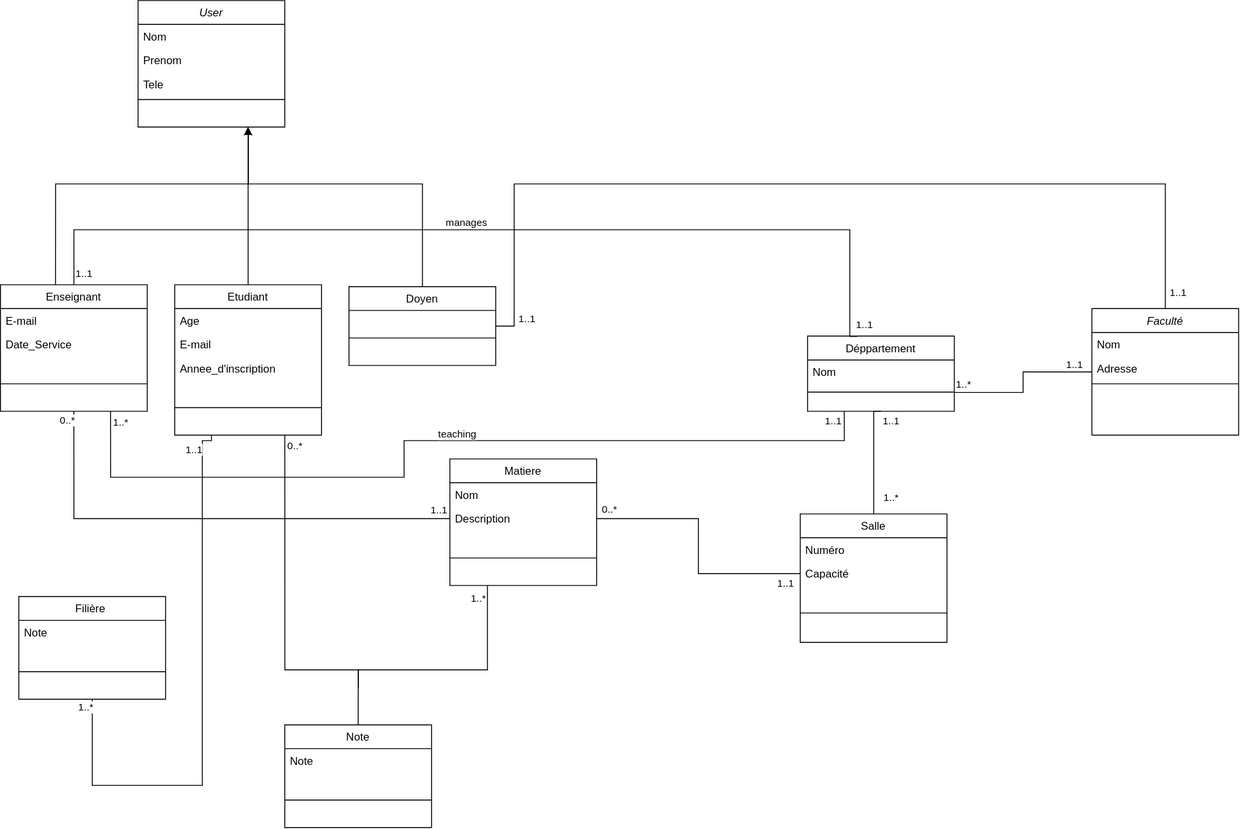
This is diagrams/DiagramClass.drawio.svg from 6-ON/wizard-academy, a draw.io export, as it was before one commit. Source tidied: cells renumbered, new cells last; positions are measured from the earlier drawing's top-left corner, leaving out a move shared by most shapes.
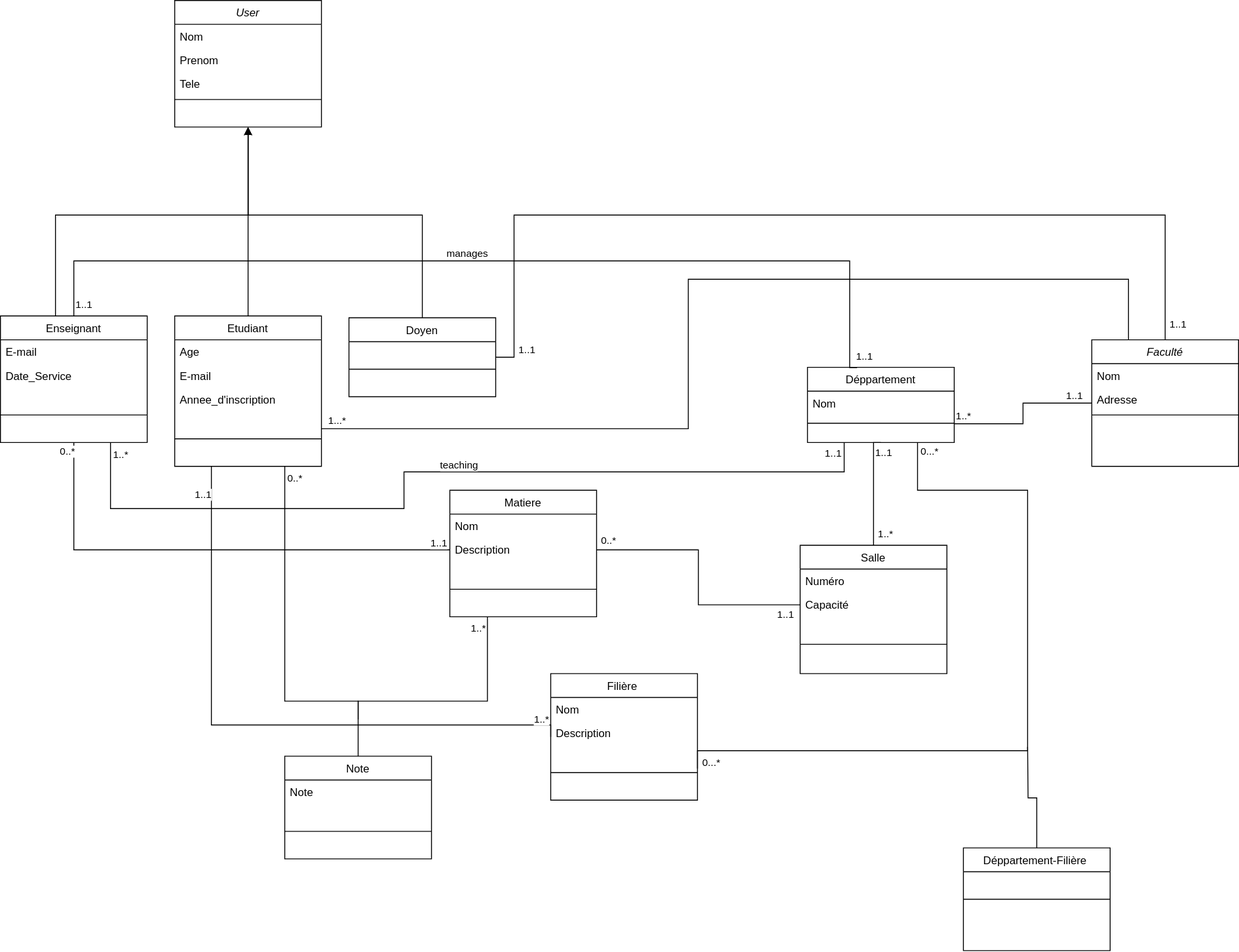
Later version of the same file.

The edit, as a diff of the source:
```diff
@@ -49,6 +49,25 @@
     <mxCell id="12" style="line;html=1;strokeWidth=1;align=left;verticalAlign=middle;spacingTop=-1;spacingLeft=3;spacingRight=3;labelPosition=right;" parent="9" vertex="1">
       <mxGeometry y="78" width="160" height="8" as="geometry" />
     </mxCell>
+    <mxCell id="73" style="edgeStyle=orthogonalEdgeStyle;rounded=0;jettySize=auto;html=1;exitX=0.75;exitY=1;exitDx=0;exitDy=0;entryX=1;entryY=0.75;entryDx=0;entryDy=0;endArrow=none;endFill=0;" parent="1" edge="1" source="13" target="60">
+      <mxGeometry relative="1" as="geometry">
+        <Array as="points">
+          <mxPoint x="1000" y="500" />
+          <mxPoint x="1120" y="500" />
+          <mxPoint x="1120" y="784" />
+        </Array>
+      </mxGeometry>
+    </mxCell>
+    <mxCell id="74" value="0...*" style="edgeLabel;html=1;align=center;verticalAlign=middle;" parent="73" vertex="1">
+      <mxGeometry x="0.94" y="-1" relative="1" as="geometry">
+        <mxPoint x="8" y="13" as="offset" />
+      </mxGeometry>
+    </mxCell>
+    <mxCell id="75" value="0...*" style="edgeLabel;html=1;align=center;verticalAlign=middle;" parent="73" vertex="1">
+      <mxGeometry x="-0.95" y="3" relative="1" as="geometry">
+        <mxPoint x="9" y="-11" as="offset" />
+      </mxGeometry>
+    </mxCell>
     <mxCell id="13" value="Déppartement" style="swimlane;fontStyle=0;align=center;verticalAlign=top;horizontal=1;startSize=26;rounded=0;shadow=0;strokeWidth=1;" parent="1" vertex="1">
       <mxGeometry x="880" y="366" width="160" height="82" as="geometry" />
     </mxCell>
@@ -82,9 +101,23 @@
     <mxCell id="23" style="line;html=1;strokeWidth=1;align=left;verticalAlign=middle;spacingTop=-1;spacingLeft=3;spacingRight=3;labelPosition=right;" parent="20" vertex="1">
       <mxGeometry y="78" width="160" height="60" as="geometry" />
     </mxCell>
-    <mxCell id="24" style="edgeStyle=orthogonalEdgeStyle;rounded=0;jettySize=auto;html=1;exitX=0.5;exitY=0;exitDx=0;exitDy=0;entryX=0.75;entryY=1;entryDx=0;entryDy=0;" parent="1" edge="1" source="25" target="42">
+    <mxCell id="24" style="edgeStyle=orthogonalEdgeStyle;rounded=0;jettySize=auto;html=1;exitX=0.5;exitY=0;exitDx=0;exitDy=0;entryX=0.5;entryY=1;entryDx=0;entryDy=0;" parent="1" edge="1" source="25" target="42">
       <mxGeometry relative="1" as="geometry" />
     </mxCell>
+    <mxCell id="76" style="edgeStyle=orthogonalEdgeStyle;rounded=0;jettySize=auto;html=1;exitX=1;exitY=0.75;exitDx=0;exitDy=0;entryX=0.25;entryY=0;entryDx=0;entryDy=0;endArrow=none;endFill=0;" parent="1" edge="1" source="25" target="9">
+      <mxGeometry relative="1" as="geometry">
+        <Array as="points">
+          <mxPoint x="750" y="433" />
+          <mxPoint x="750" y="270" />
+          <mxPoint x="1230" y="270" />
+        </Array>
+      </mxGeometry>
+    </mxCell>
+    <mxCell id="77" value="1...*" style="edgeLabel;html=1;align=center;verticalAlign=middle;" parent="76" vertex="1">
+      <mxGeometry x="-0.96" y="4" relative="1" as="geometry">
+        <mxPoint x="-4" y="-6" as="offset" />
+      </mxGeometry>
+    </mxCell>
     <mxCell id="25" value="Etudiant" style="swimlane;fontStyle=0;align=center;verticalAlign=top;horizontal=1;startSize=26;rounded=0;shadow=0;strokeWidth=1;" parent="1" vertex="1">
       <mxGeometry x="190" y="310" width="160" height="164" as="geometry" />
     </mxCell>
@@ -109,12 +142,12 @@
     </mxCell>
     <mxCell id="31" value="1..*" style="edgeLabel;html=1;align=center;verticalAlign=middle;" parent="30" vertex="1">
       <mxGeometry x="-0.56" y="-1" relative="1" as="geometry">
-        <mxPoint x="17" y="8" as="offset" />
+        <mxPoint x="11" y="14" as="offset" />
       </mxGeometry>
     </mxCell>
     <mxCell id="32" value="1..1" style="edgeLabel;html=1;align=center;verticalAlign=middle;" parent="30" vertex="1">
       <mxGeometry x="0.71" relative="1" as="geometry">
-        <mxPoint x="18" as="offset" />
+        <mxPoint x="10" y="1" as="offset" />
       </mxGeometry>
     </mxCell>
     <mxCell id="33" value="Salle" style="swimlane;fontStyle=0;align=center;verticalAlign=top;horizontal=1;startSize=26;rounded=0;shadow=0;strokeWidth=1;" parent="1" vertex="1">
@@ -153,7 +186,7 @@
       <mxGeometry y="52" width="160" height="60" as="geometry" />
     </mxCell>
     <mxCell id="42" value="User" style="swimlane;fontStyle=2;align=center;verticalAlign=top;horizontal=1;startSize=26;rounded=0;shadow=0;strokeWidth=1;" parent="1" vertex="1">
-      <mxGeometry x="150" width="160" height="138" as="geometry" />
+      <mxGeometry x="190" y="-34" width="160" height="138" as="geometry" />
     </mxCell>
     <mxCell id="43" value="Nom" style="text;align=left;verticalAlign=top;spacingLeft=4;spacingRight=4;overflow=hidden;" parent="42" vertex="1">
       <mxGeometry y="26" width="160" height="26" as="geometry" />
@@ -167,7 +200,7 @@
     <mxCell id="46" style="line;html=1;strokeWidth=1;align=left;verticalAlign=middle;spacingTop=-1;spacingLeft=3;spacingRight=3;labelPosition=right;" parent="42" vertex="1">
       <mxGeometry y="104" width="160" height="8" as="geometry" />
     </mxCell>
-    <mxCell id="47" style="edgeStyle=orthogonalEdgeStyle;rounded=0;jettySize=auto;html=1;entryX=0.75;entryY=1;entryDx=0;entryDy=0;" parent="1" edge="1" source="48" target="42">
+    <mxCell id="47" style="edgeStyle=orthogonalEdgeStyle;rounded=0;jettySize=auto;html=1;entryX=0.5;entryY=1;entryDx=0;entryDy=0;" parent="1" edge="1" source="48" target="42">
       <mxGeometry relative="1" as="geometry">
         <Array as="points">
           <mxPoint x="460" y="200" />
@@ -181,7 +214,7 @@
     <mxCell id="49" style="line;html=1;strokeWidth=1;align=left;verticalAlign=middle;spacingTop=-1;spacingLeft=3;spacingRight=3;labelPosition=right;" parent="48" vertex="1">
       <mxGeometry y="26" width="160" height="60" as="geometry" />
     </mxCell>
-    <mxCell id="50" style="endArrow=block;endFill=1;html=1;edgeStyle=orthogonalEdgeStyle;align=left;verticalAlign=top;rounded=0;exitX=0.375;exitY=0;exitDx=0;exitDy=0;exitPerimeter=0;entryX=0.75;entryY=1;entryDx=0;entryDy=0;" parent="1" edge="1" source="16" target="42">
+    <mxCell id="50" style="endArrow=block;endFill=1;html=1;edgeStyle=orthogonalEdgeStyle;align=left;verticalAlign=top;rounded=0;exitX=0.375;exitY=0;exitDx=0;exitDy=0;exitPerimeter=0;entryX=0.5;entryY=1;entryDx=0;entryDy=0;" parent="1" edge="1" source="16" target="42">
       <mxGeometry x="-1" relative="1" as="geometry">
         <Array as="points">
           <mxPoint x="60" y="200" />
@@ -215,13 +248,10 @@
         <mxPoint x="-8" as="offset" />
       </mxGeometry>
     </mxCell>
-    <mxCell id="57" style="edgeStyle=orthogonalEdgeStyle;rounded=0;jettySize=auto;html=1;endArrow=none;endFill=0;entryX=0.25;entryY=1;entryDx=0;entryDy=0;" parent="1" edge="1" source="60" target="25">
+    <mxCell id="57" style="edgeStyle=orthogonalEdgeStyle;rounded=0;jettySize=auto;html=1;endArrow=none;endFill=0;entryX=0.25;entryY=1;entryDx=0;entryDy=0;exitX=0;exitY=0.5;exitDx=0;exitDy=0;" parent="1" edge="1" source="60" target="25">
       <mxGeometry relative="1" as="geometry">
         <Array as="points">
-          <mxPoint x="100" y="856" />
-          <mxPoint x="220" y="856" />
-          <mxPoint x="220" y="480" />
-          <mxPoint x="230" y="480" />
+          <mxPoint x="230" y="756" />
         </Array>
       </mxGeometry>
     </mxCell>
@@ -236,13 +266,16 @@
       </mxGeometry>
     </mxCell>
     <mxCell id="60" value="Filière " style="swimlane;fontStyle=0;align=center;verticalAlign=top;horizontal=1;startSize=26;rounded=0;shadow=0;strokeWidth=1;" parent="1" vertex="1">
-      <mxGeometry x="20" y="650" width="160" height="112" as="geometry" />
+      <mxGeometry x="600" y="700" width="160" height="138" as="geometry" />
     </mxCell>
-    <mxCell id="61" value="Note" style="text;align=left;verticalAlign=top;spacingLeft=4;spacingRight=4;overflow=hidden;" parent="60" vertex="1">
-      <mxGeometry y="26" width="160" height="26" as="geometry" />
-    </mxCell>
+    <mxCell id="78" value="Nom" style="text;align=left;verticalAlign=top;spacingLeft=4;spacingRight=4;overflow=hidden;" parent="60" vertex="1">
+      <mxGeometry y="26" width="160" height="26" as="geometry" />
+    </mxCell>
+    <mxCell id="79" value="Description" style="text;align=left;verticalAlign=top;spacingLeft=4;spacingRight=4;overflow=hidden;" parent="60" vertex="1">
+      <mxGeometry y="52" width="160" height="26" as="geometry" />
+    </mxCell>
     <mxCell id="62" style="line;html=1;strokeWidth=1;align=left;verticalAlign=middle;spacingTop=-1;spacingLeft=3;spacingRight=3;labelPosition=right;" parent="60" vertex="1">
-      <mxGeometry y="52" width="160" height="60" as="geometry" />
+      <mxGeometry y="78" width="160" height="60" as="geometry" />
     </mxCell>
     <mxCell id="63" style="edgeStyle=orthogonalEdgeStyle;rounded=0;jettySize=auto;html=1;entryX=0.75;entryY=1;entryDx=0;entryDy=0;endArrow=none;endFill=0;" parent="1" edge="1" target="25">
       <mxGeometry relative="1" as="geometry">
@@ -307,5 +340,16 @@
         <mxPoint y="-5" as="offset" />
       </mxGeometry>
     </mxCell>
+    <mxCell id="80" style="edgeStyle=orthogonalEdgeStyle;rounded=0;jettySize=auto;html=1;exitX=0.5;exitY=0;exitDx=0;exitDy=0;endArrow=none;endFill=0;" parent="1" edge="1" source="81">
+      <mxGeometry relative="1" as="geometry">
+        <mxPoint x="1120" y="780" as="targetPoint" />
+      </mxGeometry>
+    </mxCell>
+    <mxCell id="81" value="Déppartement-Filière " style="swimlane;fontStyle=0;align=center;verticalAlign=top;horizontal=1;startSize=26;rounded=0;shadow=0;strokeWidth=1;" parent="1" vertex="1">
+      <mxGeometry x="1050" y="890" width="160" height="112" as="geometry" />
+    </mxCell>
+    <mxCell id="82" style="line;html=1;strokeWidth=1;align=left;verticalAlign=middle;spacingTop=-1;spacingLeft=3;spacingRight=3;labelPosition=right;" parent="81" vertex="1">
+      <mxGeometry y="26" width="160" height="60" as="geometry" />
+    </mxCell>
   </root>
 </mxGraphModel>
```
